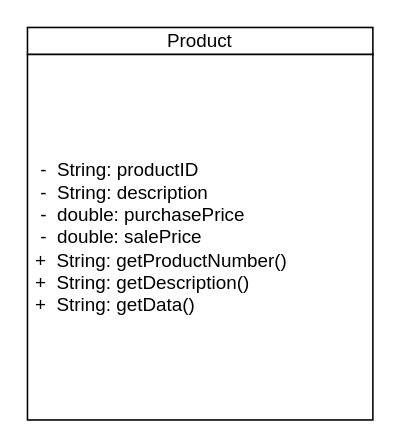
chrismd2/CSci-430-Group-11 keeps this draw.io diagram as Project_1/Class_Diagrams/Product Class Diagram.drawio. Above is the earlier version. Source tidied: cells renumbered, new cells numbered last; positions are measured from the earlier drawing's top-left corner, leaving out a move shared by most shapes. Both pictures are drawn from the tidied source at 157%, with x=0, y=0 at pixel (27, 27).
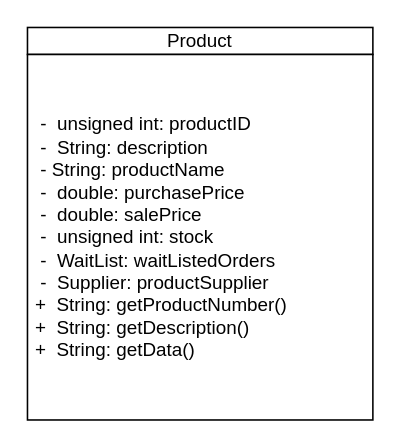
The same diagram, later.

Diff of the diagram source:
```diff
@@
 <mxGraphModel>
   <root>
     <mxCell id="0" />
     <mxCell id="1" parent="0" />
     <mxCell id="2" value="-" style="group;" parent="1" vertex="1">
       <mxGeometry width="220" height="250" as="geometry" />
     </mxCell>
     <mxCell id="3" value="Product" style="text;html=1;align=center;verticalAlign=middle;whiteSpace=wrap;rounded=0;strokeColor=#000000;fillColor=#ffffff;" parent="2" vertex="1">
       <mxGeometry width="220" height="17.2" as="geometry" />
     </mxCell>
-    <mxCell id="4" value="&amp;nbsp; -&amp;nbsp; String: productID&lt;br&gt;&amp;nbsp; -&amp;nbsp; String: description&lt;br&gt;&amp;nbsp; -&amp;nbsp; double: purchasePrice&lt;br&gt;&amp;nbsp; -&amp;nbsp; double: salePrice&lt;br&gt;&amp;nbsp;+&amp;nbsp; String: getProductNumber()&lt;br&gt;&amp;nbsp;+&amp;nbsp; String: getDescription()&lt;br&gt;&amp;nbsp;+&amp;nbsp; String: getData()" style="text;html=1;align=left;verticalAlign=middle;whiteSpace=wrap;rounded=0;strokeColor=#000000;fillColor=#ffffff;" parent="2" vertex="1">
+    <mxCell id="4" value="&amp;nbsp; -&amp;nbsp; unsigned int: productID&lt;br&gt;&lt;div&gt;&amp;nbsp; -&amp;nbsp; String: description&lt;/div&gt;&amp;nbsp; - String: productName&lt;br&gt;&amp;nbsp; -&amp;nbsp; double: purchasePrice&lt;br&gt;&lt;div&gt;&amp;nbsp; -&amp;nbsp; double: salePrice&lt;/div&gt;&lt;div&gt;&amp;nbsp; -&amp;nbsp; unsigned int: stock&lt;/div&gt;&lt;div&gt;&amp;nbsp; -&amp;nbsp; WaitList: waitListedOrders&lt;/div&gt;&lt;div&gt;&amp;nbsp; -&amp;nbsp; Supplier: productSupplier&lt;br&gt;&lt;/div&gt;&amp;nbsp;+&amp;nbsp; String: getProductNumber()&lt;br&gt;&amp;nbsp;+&amp;nbsp; String: getDescription()&lt;br&gt;&amp;nbsp;+&amp;nbsp; String: getData()" style="text;html=1;align=left;verticalAlign=middle;whiteSpace=wrap;rounded=0;strokeColor=#000000;fillColor=#ffffff;" parent="2" vertex="1">
       <mxGeometry y="17.2" width="220" height="232.8" as="geometry" />
     </mxCell>
   </root>
 </mxGraphModel>
```
